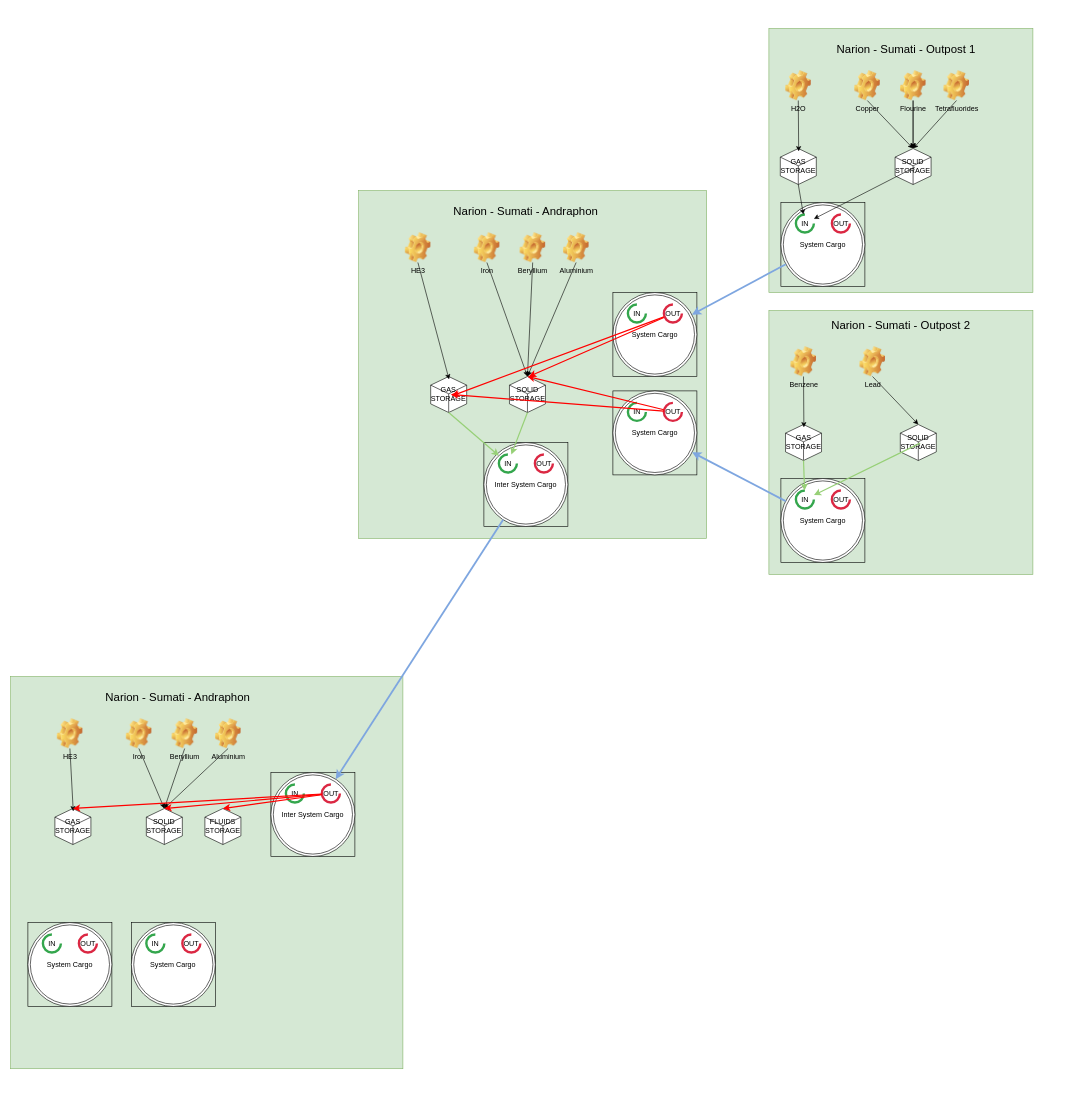
Before: Logistical setup.drawio in hnktnk/starfield_logistics, a draw.io diagram. Source tidied: cells renumbered, new cells numbered last; positions are measured from the earlier drawing's top-left corner, leaving out a move shared by most shapes. Both pictures are drawn from the tidied source at 60%, with x=0, y=0 at pixel (10, 28).
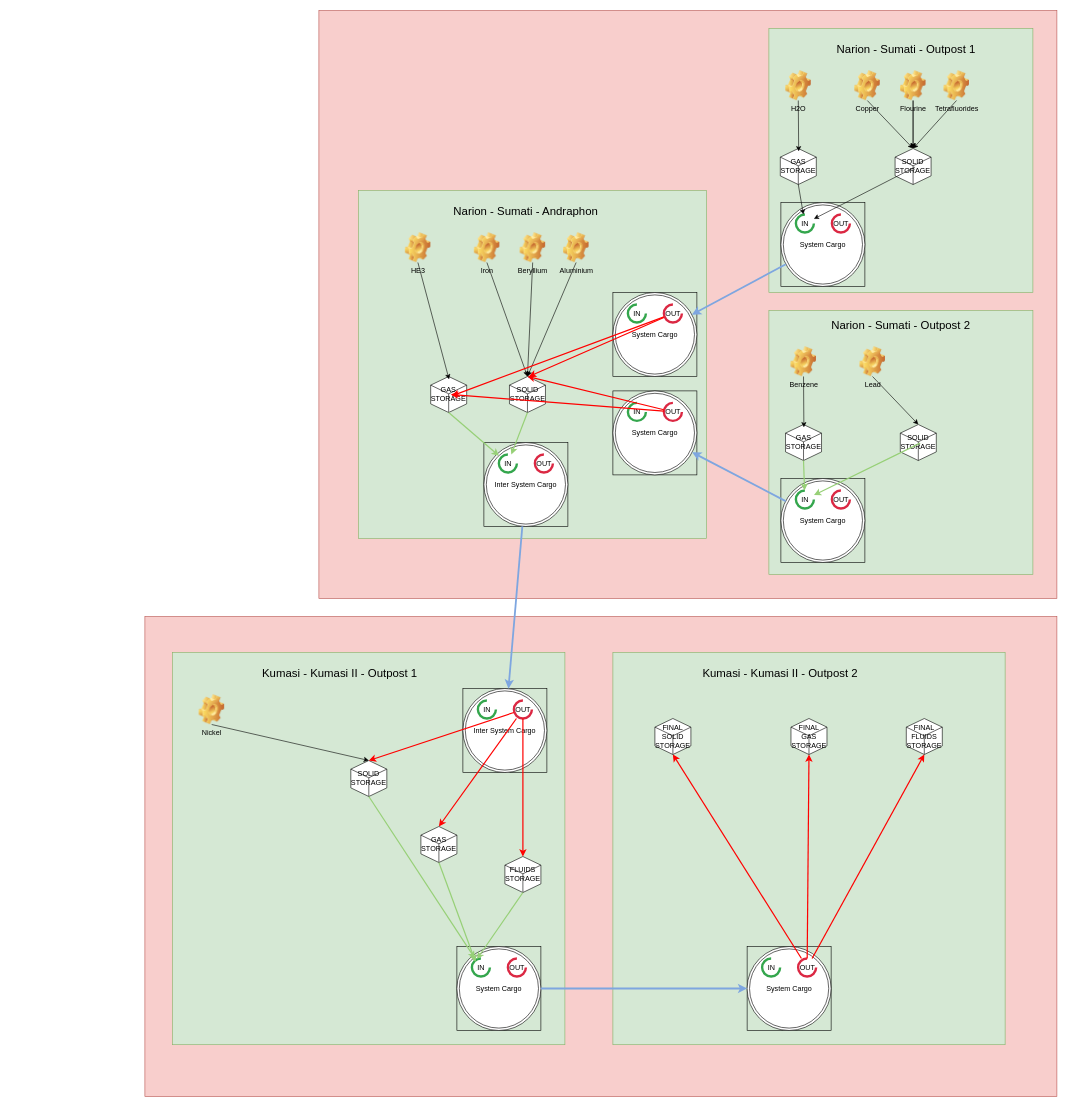
The same page after the edit.

Unchanged cells that the change refers to:
```xml
<mxCell id="87" value="System Cargo" style="ellipse;shape=doubleEllipse;whiteSpace=wrap;html=1;" parent="86" vertex="1">
  <mxGeometry width="140" height="140" as="geometry" />
</mxCell>
<mxCell id="88" value="IN" style="html=1;shadow=0;dashed=0;shape=mxgraph.basic.arc;startAngle=0.25;endAngle=1;strokeWidth=4;strokeColor=#34A64D;" parent="86" vertex="1">
  <mxGeometry x="25" y="20" width="30" height="30" as="geometry" />
</mxCell>
```

What changed in the source:
```diff
@@
+    <mxCell id="96" style="rounded=0;whiteSpace=wrap;html=1;fillColor=#f8cecc;strokeColor=#b85450;" parent="1" vertex="1">
+      <mxGeometry x="224" y="980" width="1520" height="800" as="geometry" />
+    </mxCell>
+    <mxCell id="97" style="rounded=0;whiteSpace=wrap;html=1;fillColor=#f8cecc;strokeColor=#b85450;" parent="1" vertex="1">
+      <mxGeometry x="514" y="-30" width="1230" height="980" as="geometry" />
+    </mxCell>
@@
     <mxCell id="67" style="whiteSpace=wrap;html=1;fillColor=#d5e8d4;strokeColor=#82b366;perimeter=rectanglePerimeter;" parent="1" vertex="1">
-      <mxGeometry x="0.3" y="1080" width="653.7" height="653.7" as="geometry" />
+      <mxGeometry x="270.3" y="1040" width="653.7" height="653.7" as="geometry" />
     </mxCell>
-    <mxCell id="68" value="Narion - Sumati - Andraphon" style="text;strokeColor=none;align=center;fillColor=none;html=1;verticalAlign=middle;whiteSpace=wrap;rounded=0;fontSize=19;" parent="1" vertex="1">
-      <mxGeometry x="74" y="1100" width="410" height="30" as="geometry" />
+    <mxCell id="68" value="Kumasi - Kumasi II - Outpost 1" style="text;strokeColor=none;align=center;fillColor=none;html=1;verticalAlign=middle;whiteSpace=wrap;rounded=0;fontSize=19;" parent="1" vertex="1">
+      <mxGeometry x="344" y="1060" width="410" height="30" as="geometry" />
     </mxCell>
-    <mxCell id="69" value="HE3" style="shape=image;html=1;verticalLabelPosition=bottom;verticalAlign=top;imageAspect=1;image=img/clipart/Gear_128x128.png;" parent="1" vertex="1">
-      <mxGeometry x="77.7" y="1150" width="42.6" height="50" as="geometry" />
+    <mxCell id="69" value="Nickel" style="shape=image;html=1;verticalLabelPosition=bottom;verticalAlign=top;imageAspect=1;image=img/clipart/Gear_128x128.png;" parent="1" vertex="1">
+      <mxGeometry x="314" y="1110" width="42.6" height="50" as="geometry" />
     </mxCell>
-    <mxCell id="70" value="GAS STORAGE" style="html=1;whiteSpace=wrap;shape=isoCube2;backgroundOutline=1;isoAngle=15;" parent="1" vertex="1">
-      <mxGeometry x="74" y="1300" width="60" height="60" as="geometry" />
-    </mxCell>
-    <mxCell id="71" style="edgeStyle=none;rounded=0;jettySize=auto;html=1;exitX=0.5;exitY=1;exitDx=0;exitDy=0;entryX=0.51;entryY=0.078;entryDx=0;entryDy=0;entryPerimeter=0;" parent="1" edge="1" source="69" target="70">
+    <mxCell id="71" style="edgeStyle=none;rounded=0;jettySize=auto;html=1;exitX=0.5;exitY=1;exitDx=0;exitDy=0;entryX=0.5;entryY=0;entryDx=0;entryDy=0;entryPerimeter=0;" parent="1" edge="1" source="69" target="90">
       <mxGeometry relative="1" as="geometry" />
     </mxCell>
-    <mxCell id="72" value="Iron" style="shape=image;html=1;verticalLabelPosition=bottom;verticalAlign=top;imageAspect=1;image=img/clipart/Gear_128x128.png;" parent="1" vertex="1">
-      <mxGeometry x="192.7" y="1150" width="42.6" height="50" as="geometry" />
-    </mxCell>
-    <mxCell id="73" style="edgeStyle=none;rounded=0;jettySize=auto;html=1;exitX=0.5;exitY=1;exitDx=0;exitDy=0;entryX=0.5;entryY=0;entryDx=0;entryDy=0;entryPerimeter=0;" parent="1" edge="1" source="72" target="90">
-      <mxGeometry relative="1" as="geometry" />
-    </mxCell>
-    <mxCell id="74" value="Beryllium" style="shape=image;html=1;verticalLabelPosition=bottom;verticalAlign=top;imageAspect=1;image=img/clipart/Gear_128x128.png;" parent="1" vertex="1">
-      <mxGeometry x="269" y="1150" width="42.6" height="50" as="geometry" />
-    </mxCell>
-    <mxCell id="75" value="Aluminium" style="shape=image;html=1;verticalLabelPosition=bottom;verticalAlign=top;imageAspect=1;image=img/clipart/Gear_128x128.png;" parent="1" vertex="1">
-      <mxGeometry x="341.4" y="1150" width="42.6" height="50" as="geometry" />
-    </mxCell>
-    <mxCell id="76" style="edgeStyle=none;rounded=0;jettySize=auto;html=1;exitX=0.5;exitY=1;exitDx=0;exitDy=0;entryX=0.5;entryY=0;entryDx=0;entryDy=0;entryPerimeter=0;" parent="1" edge="1" source="74" target="90">
-      <mxGeometry relative="1" as="geometry" />
-    </mxCell>
-    <mxCell id="77" style="edgeStyle=none;rounded=0;jettySize=auto;html=1;exitX=0.5;exitY=1;exitDx=0;exitDy=0;entryX=0.5;entryY=0;entryDx=0;entryDy=0;entryPerimeter=0;" parent="1" edge="1" source="75" target="90">
-      <mxGeometry relative="1" as="geometry" />
-    </mxCell>
     <mxCell id="78" style="group;strokeColor=default;" parent="1" vertex="1">
-      <mxGeometry x="434" y="1240" width="140" height="140" as="geometry" />
+      <mxGeometry x="754" y="1100" width="140" height="140" as="geometry" />
     </mxCell>
@@
-    <mxCell id="82" style="group;strokeColor=default;" parent="1" vertex="1">
-      <mxGeometry x="29" y="1490" width="140" height="140" as="geometry" />
-    </mxCell>
-    <mxCell id="83" value="System Cargo" style="ellipse;shape=doubleEllipse;whiteSpace=wrap;html=1;" parent="82" vertex="1">
-      <mxGeometry width="140" height="140" as="geometry" />
-    </mxCell>
-    <mxCell id="84" value="IN" style="html=1;shadow=0;dashed=0;shape=mxgraph.basic.arc;startAngle=0.25;endAngle=1;strokeWidth=4;strokeColor=#34A64D;" parent="82" vertex="1">
-      <mxGeometry x="25" y="20" width="30" height="30" as="geometry" />
-    </mxCell>
-    <mxCell id="85" value="OUT" style="html=1;shadow=0;dashed=0;shape=mxgraph.basic.arc;startAngle=0.25;endAngle=1;strokeWidth=4;strokeColor=#DB2843;" parent="82" vertex="1">
-      <mxGeometry x="85" y="20" width="30" height="30" as="geometry" />
-    </mxCell>
     <mxCell id="86" style="group;strokeColor=default;" parent="1" vertex="1">
-      <mxGeometry x="201.4" y="1490" width="140" height="140" as="geometry" />
+      <mxGeometry x="744" y="1530" width="140" height="140" as="geometry" />
     </mxCell>
@@
     <mxCell id="90" value="SOLID STORAGE" style="html=1;whiteSpace=wrap;shape=isoCube2;backgroundOutline=1;isoAngle=15;" parent="1" vertex="1">
-      <mxGeometry x="226.4" y="1300" width="60" height="60" as="geometry" />
+      <mxGeometry x="567.2" y="1220" width="60" height="60" as="geometry" />
     </mxCell>
@@
     <mxCell id="93" value="FLUIDS STORAGE" style="html=1;whiteSpace=wrap;shape=isoCube2;backgroundOutline=1;isoAngle=15;" parent="1" vertex="1">
-      <mxGeometry x="324" y="1300" width="60" height="60" as="geometry" />
+      <mxGeometry x="824" y="1380" width="60" height="60" as="geometry" />
     </mxCell>
@@
+    <mxCell id="70" value="GAS STORAGE" style="html=1;whiteSpace=wrap;shape=isoCube2;backgroundOutline=1;isoAngle=15;" parent="1" vertex="1">
+      <mxGeometry x="684" y="1330" width="60" height="60" as="geometry" />
+    </mxCell>
+    <mxCell id="98" style="whiteSpace=wrap;html=1;fillColor=#d5e8d4;strokeColor=#82b366;perimeter=rectanglePerimeter;" parent="1" vertex="1">
+      <mxGeometry x="1004" y="1040" width="653.7" height="653.7" as="geometry" />
+    </mxCell>
+    <mxCell id="99" value="Kumasi - Kumasi II - Outpost 2" style="text;strokeColor=none;align=center;fillColor=none;html=1;verticalAlign=middle;whiteSpace=wrap;rounded=0;fontSize=19;" parent="1" vertex="1">
+      <mxGeometry x="1077.7" y="1060" width="410" height="30" as="geometry" />
+    </mxCell>
+    <mxCell id="100" style="group;strokeColor=default;" parent="1" vertex="1">
+      <mxGeometry x="1227.7" y="1530" width="140" height="140" as="geometry" />
+    </mxCell>
+    <mxCell id="83" value="System Cargo" style="ellipse;shape=doubleEllipse;whiteSpace=wrap;html=1;" parent="100" vertex="1">
+      <mxGeometry width="140" height="140" as="geometry" />
+    </mxCell>
+    <mxCell id="84" value="IN" style="html=1;shadow=0;dashed=0;shape=mxgraph.basic.arc;startAngle=0.25;endAngle=1;strokeWidth=4;strokeColor=#34A64D;" parent="100" vertex="1">
+      <mxGeometry x="25" y="20" width="30" height="30" as="geometry" />
+    </mxCell>
+    <mxCell id="85" value="OUT" style="html=1;shadow=0;dashed=0;shape=mxgraph.basic.arc;startAngle=0.25;endAngle=1;strokeWidth=4;strokeColor=#DB2843;" parent="100" vertex="1">
+      <mxGeometry x="85" y="20" width="30" height="30" as="geometry" />
+    </mxCell>
+    <mxCell id="101" value="FINAL SOLID STORAGE" style="html=1;whiteSpace=wrap;shape=isoCube2;backgroundOutline=1;isoAngle=15;" parent="1" vertex="1">
+      <mxGeometry x="1074" y="1150" width="60" height="60" as="geometry" />
+    </mxCell>
+    <mxCell id="102" value="FINAL FLUIDS STORAGE" style="html=1;whiteSpace=wrap;shape=isoCube2;backgroundOutline=1;isoAngle=15;" parent="1" vertex="1">
+      <mxGeometry x="1493" y="1150" width="60" height="60" as="geometry" />
+    </mxCell>
+    <mxCell id="103" value="FINAL GAS STORAGE" style="html=1;whiteSpace=wrap;shape=isoCube2;backgroundOutline=1;isoAngle=15;" parent="1" vertex="1">
+      <mxGeometry x="1300.8" y="1150" width="60" height="60" as="geometry" />
+    </mxCell>
+    <mxCell id="104" style="edgeStyle=none;rounded=0;jettySize=auto;html=1;exitX=0.5;exitY=1;exitDx=0;exitDy=0;exitPerimeter=0;strokeColor=#97D077;strokeWidth=2;" parent="1" edge="1" source="90" target="88">
+      <mxGeometry relative="1" as="geometry" />
+    </mxCell>
+    <mxCell id="105" style="edgeStyle=none;rounded=0;jettySize=auto;html=1;exitX=0.5;exitY=1;exitDx=0;exitDy=0;exitPerimeter=0;strokeColor=#97D077;strokeWidth=2;entryX=0.202;entryY=0.19;entryDx=0;entryDy=0;entryPerimeter=0;" parent="1" edge="1" source="70" target="88">
+      <mxGeometry relative="1" as="geometry" />
+    </mxCell>
+    <mxCell id="106" style="edgeStyle=none;rounded=0;jettySize=auto;html=1;exitX=0.5;exitY=1;exitDx=0;exitDy=0;exitPerimeter=0;strokeColor=#97D077;strokeWidth=2;entryX=0.28;entryY=0.033;entryDx=0;entryDy=0;entryPerimeter=0;" parent="1" edge="1" source="93" target="88">
+      <mxGeometry relative="1" as="geometry" />
+    </mxCell>
+    <mxCell id="107" style="edgeStyle=none;rounded=0;jettySize=auto;html=1;strokeColor=#7EA6E0;strokeWidth=3;" parent="1" edge="1" source="87" target="83">
+      <mxGeometry relative="1" as="geometry" />
+    </mxCell>
+    <mxCell id="108" style="edgeStyle=none;rounded=0;jettySize=auto;html=1;strokeColor=#ff0000;strokeWidth=2;entryX=0.5;entryY=1;entryDx=0;entryDy=0;entryPerimeter=0;" parent="1" edge="1" source="85" target="102">
+      <mxGeometry relative="1" as="geometry" />
+    </mxCell>
+    <mxCell id="109" style="edgeStyle=none;rounded=0;jettySize=auto;html=1;strokeColor=#ff0000;strokeWidth=2;entryX=0.5;entryY=1;entryDx=0;entryDy=0;entryPerimeter=0;" parent="1" edge="1" source="85" target="103">
+      <mxGeometry relative="1" as="geometry" />
+    </mxCell>
+    <mxCell id="110" style="edgeStyle=none;rounded=0;jettySize=auto;html=1;strokeColor=#ff0000;strokeWidth=2;entryX=0.5;entryY=1;entryDx=0;entryDy=0;entryPerimeter=0;" parent="1" edge="1" source="85" target="101">
+      <mxGeometry relative="1" as="geometry" />
+    </mxCell>
```
